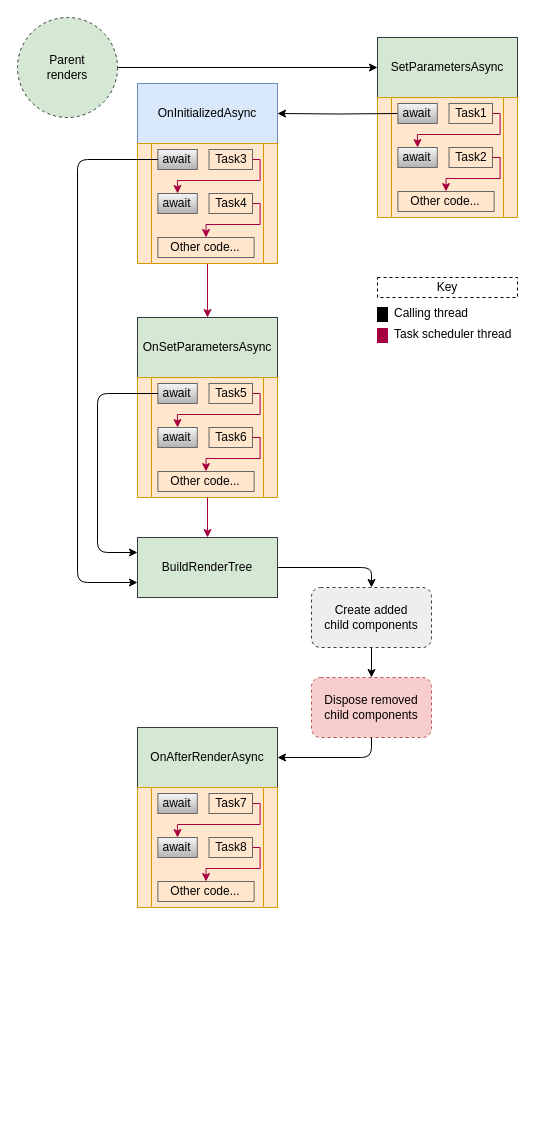
Earlier version of the draw.io diagram assets/component-lifecycle-await-v2.drawio (mrpmorris/blazor-university). Source tidied: cells renumbered, new cells numbered last; positions are measured from the earlier drawing's top-left corner, leaving out a move shared by most shapes. Both pictures are drawn from the tidied source at 100%, with x=0, y=0 at pixel (17, 17).
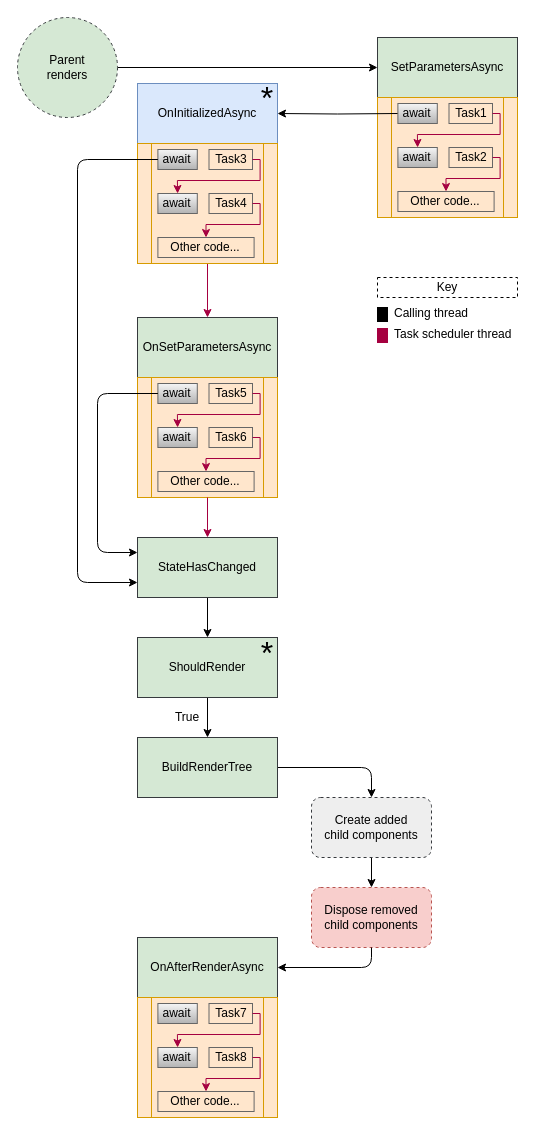
The same page after the edit.

What changed in the source:
```diff
@@
+    <mxCell id="60" style="edgeStyle=orthogonalEdgeStyle;rounded=0;jettySize=auto;html=1;entryX=0.5;entryY=0;entryDx=0;entryDy=0;fontSize=32;" parent="1" edge="1" source="5" target="62">
+      <mxGeometry relative="1" as="geometry" />
+    </mxCell>
-    <mxCell id="5" value="BuildRenderTree" style="rounded=0;whiteSpace=wrap;html=1;fontSize=12;strokeColor=#36393d;fillColor=#D5E8D4;" parent="1" vertex="1">
+    <mxCell id="5" value="StateHasChanged" style="rounded=0;whiteSpace=wrap;html=1;fontSize=12;strokeColor=#36393d;fillColor=#D5E8D4;" parent="1" vertex="1">
       <mxGeometry x="120" y="520" width="140" height="60" as="geometry" />
     </mxCell>
@@
     <mxCell id="7" value="Create added&lt;br&gt;child components" style="rounded=1;whiteSpace=wrap;html=1;glass=0;dashed=1;fillColor=#eeeeee;fontSize=12;strokeColor=#36393d;" parent="1" vertex="1">
-      <mxGeometry x="294" y="570" width="120" height="60" as="geometry" />
+      <mxGeometry x="294" y="780" width="120" height="60" as="geometry" />
     </mxCell>
     <mxCell id="8" value="Dispose removed&lt;br&gt;child components" style="rounded=1;whiteSpace=wrap;html=1;glass=0;dashed=1;fillColor=#f8cecc;fontSize=12;strokeColor=#b85450;" parent="1" vertex="1">
-      <mxGeometry x="294" y="660" width="120" height="60" as="geometry" />
+      <mxGeometry x="294" y="870" width="120" height="60" as="geometry" />
     </mxCell>
     <mxCell id="9" value="OnAfterRenderAsync" style="rounded=0;whiteSpace=wrap;html=1;fontSize=12;strokeColor=#36393d;fillColor=#D5E8D4;" parent="1" vertex="1">
-      <mxGeometry x="120" y="710" width="140" height="60" as="geometry" />
+      <mxGeometry x="120" y="920" width="140" height="60" as="geometry" />
     </mxCell>
-    <mxCell id="10" style="endArrow=classic;html=1;fontSize=12;exitX=1;exitY=0.5;exitDx=0;exitDy=0;entryX=0.5;entryY=0;entryDx=0;entryDy=0;" parent="1" edge="1" source="5" target="7">
+    <mxCell id="10" style="endArrow=classic;html=1;fontSize=12;exitX=1;exitY=0.5;exitDx=0;exitDy=0;entryX=0.5;entryY=0;entryDx=0;entryDy=0;" parent="1" edge="1" source="63" target="7">
       <mxGeometry relative="1" as="geometry">
         <Array as="points">
-          <mxPoint x="354" y="550" />
+          <mxPoint x="354" y="750" />
         </Array>
       </mxGeometry>
     </mxCell>
     <mxCell id="11" style="endArrow=classic;html=1;fontSize=12;exitX=0.5;exitY=1;exitDx=0;exitDy=0;entryX=1;entryY=0.5;entryDx=0;entryDy=0;" parent="1" edge="1" source="8" target="9">
       <mxGeometry relative="1" as="geometry">
         <Array as="points">
-          <mxPoint x="354" y="740" />
+          <mxPoint x="354" y="950" />
         </Array>
       </mxGeometry>
     </mxCell>
@@
     <mxCell id="46" style="group;" parent="1" vertex="1">
-      <mxGeometry x="120" y="770" width="140" height="120" as="geometry" />
+      <mxGeometry x="120" y="980" width="140" height="120" as="geometry" />
     </mxCell>
@@
+    <mxCell id="61" style="edgeStyle=orthogonalEdgeStyle;rounded=0;jettySize=auto;html=1;entryX=0.5;entryY=0;entryDx=0;entryDy=0;fontSize=32;" parent="1" edge="1" source="62" target="63">
+      <mxGeometry relative="1" as="geometry" />
+    </mxCell>
+    <mxCell id="62" value="ShouldRender" style="rounded=0;whiteSpace=wrap;html=1;fontSize=12;strokeColor=#36393d;fillColor=#D5E8D4;" parent="1" vertex="1">
+      <mxGeometry x="120" y="620" width="140" height="60" as="geometry" />
+    </mxCell>
+    <mxCell id="63" value="BuildRenderTree" style="rounded=0;whiteSpace=wrap;html=1;fontSize=12;strokeColor=#36393d;fillColor=#D5E8D4;" parent="1" vertex="1">
+      <mxGeometry x="120" y="720" width="140" height="60" as="geometry" />
+    </mxCell>
+    <mxCell id="64" value="*" style="text;html=1;strokeColor=none;fillColor=none;align=center;verticalAlign=middle;whiteSpace=wrap;rounded=0;fontSize=32;" parent="1" vertex="1">
+      <mxGeometry x="230" y="71" width="40" height="20" as="geometry" />
+    </mxCell>
+    <mxCell id="65" value="*" style="text;html=1;strokeColor=none;fillColor=none;align=center;verticalAlign=middle;whiteSpace=wrap;rounded=0;fontSize=32;" parent="1" vertex="1">
+      <mxGeometry x="230" y="626" width="40" height="20" as="geometry" />
+    </mxCell>
+    <mxCell id="66" value="True" style="text;html=1;strokeColor=none;fillColor=none;align=center;verticalAlign=middle;whiteSpace=wrap;rounded=0;fontSize=12;" parent="1" vertex="1">
+      <mxGeometry x="150" y="690" width="40" height="20" as="geometry" />
+    </mxCell>
```
